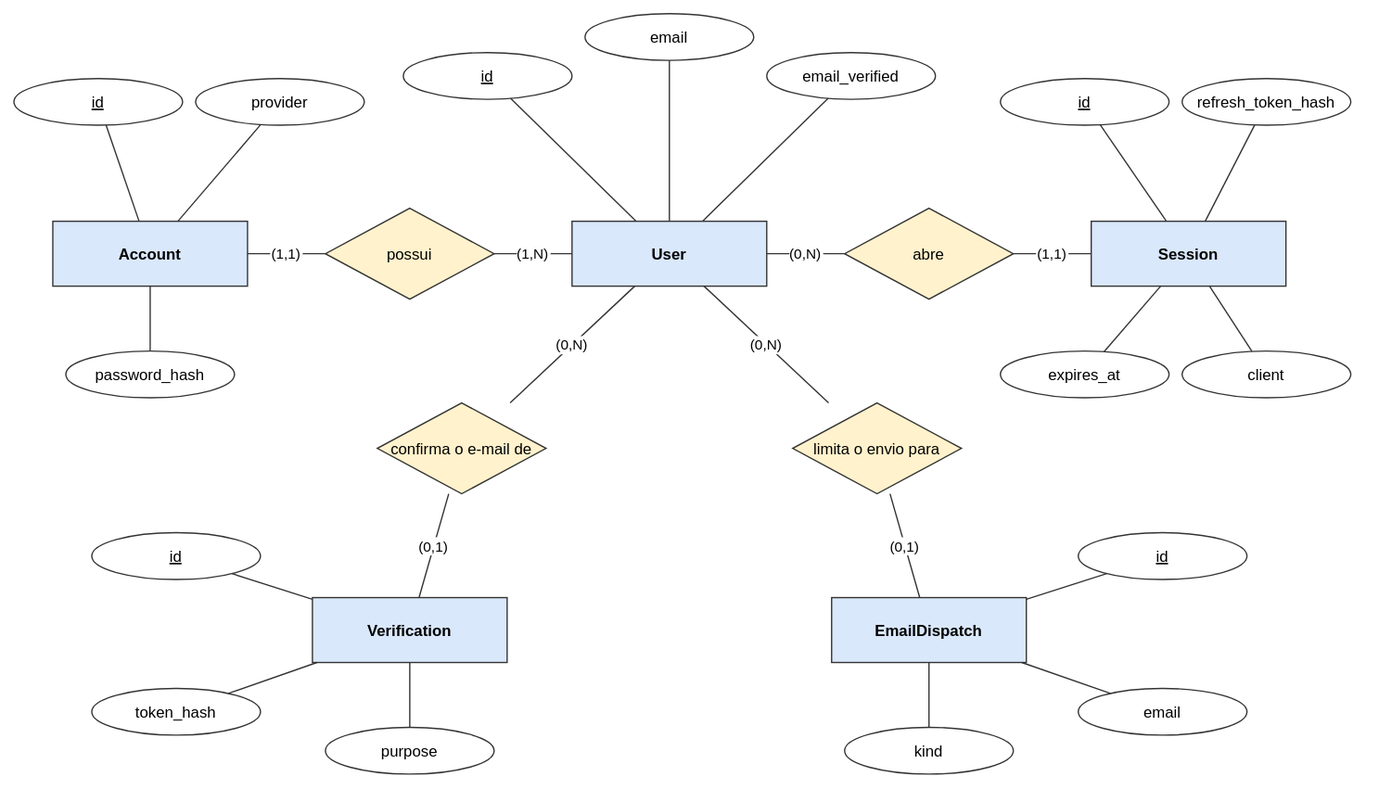
The draw.io diagram docs/data-model/diagrams/conceptual.drawio.svg in TheoOdawara/clinicore, before a commit. Source tidied: cells renumbered, new cells last; positions are measured from the earlier drawing's top-left corner, leaving out a move shared by most shapes. The source it was exported from:
```xml
<mxGraphModel background="#ffffff">
  <root>
    <mxCell id="0" />
    <mxCell id="1" parent="0" />
    <mxCell id="2" value="User" style="html=0;fontSize=12;strokeColor=#333333;fontColor=#000000;rounded=0;fillColor=#dae8fc;fontStyle=1;" parent="1" vertex="1">
      <mxGeometry x="430" y="160" width="150" height="50" as="geometry" />
    </mxCell>
    <mxCell id="3" value="Account" style="html=0;fontSize=12;strokeColor=#333333;fontColor=#000000;rounded=0;fillColor=#dae8fc;fontStyle=1;" parent="1" vertex="1">
      <mxGeometry x="30" y="160" width="150" height="50" as="geometry" />
    </mxCell>
    <mxCell id="4" value="Session" style="html=0;fontSize=12;strokeColor=#333333;fontColor=#000000;rounded=0;fillColor=#dae8fc;fontStyle=1;" parent="1" vertex="1">
      <mxGeometry x="830" y="160" width="150" height="50" as="geometry" />
    </mxCell>
    <mxCell id="5" value="Verification" style="html=0;fontSize=12;strokeColor=#333333;fontColor=#000000;rounded=0;fillColor=#dae8fc;fontStyle=1;" parent="1" vertex="1">
      <mxGeometry x="230" y="450" width="150" height="50" as="geometry" />
    </mxCell>
    <mxCell id="6" value="EmailDispatch" style="html=0;fontSize=12;strokeColor=#333333;fontColor=#000000;rounded=0;fillColor=#dae8fc;fontStyle=1;" parent="1" vertex="1">
      <mxGeometry x="630" y="450" width="150" height="50" as="geometry" />
    </mxCell>
    <mxCell id="7" value="possui" style="html=0;fontSize=12;strokeColor=#333333;fontColor=#000000;shape=rhombus;fillColor=#fff2cc;" parent="1" vertex="1">
      <mxGeometry x="240" y="150" width="130" height="70" as="geometry" />
    </mxCell>
    <mxCell id="8" value="abre" style="html=0;fontSize=12;strokeColor=#333333;fontColor=#000000;shape=rhombus;fillColor=#fff2cc;" parent="1" vertex="1">
      <mxGeometry x="640" y="150" width="130" height="70" as="geometry" />
    </mxCell>
    <mxCell id="9" value="confirma o e-mail de" style="html=0;fontSize=12;strokeColor=#333333;fontColor=#000000;shape=rhombus;fillColor=#fff2cc;" parent="1" vertex="1">
      <mxGeometry x="280" y="300" width="130" height="70" as="geometry" />
    </mxCell>
    <mxCell id="10" value="limita o envio para" style="html=0;fontSize=12;strokeColor=#333333;fontColor=#000000;shape=rhombus;fillColor=#fff2cc;" parent="1" vertex="1">
      <mxGeometry x="600" y="300" width="130" height="70" as="geometry" />
    </mxCell>
    <mxCell id="11" value="(1,N)" style="html=0;endArrow=none;strokeColor=#333333;fontSize=11;labelBackgroundColor=#ffffff;" parent="1" edge="1" source="2" target="7">
      <mxGeometry relative="1" as="geometry" />
    </mxCell>
    <mxCell id="12" value="(1,1)" style="html=0;endArrow=none;strokeColor=#333333;fontSize=11;labelBackgroundColor=#ffffff;" parent="1" edge="1" source="7" target="3">
      <mxGeometry relative="1" as="geometry" />
    </mxCell>
    <mxCell id="13" value="(0,N)" style="html=0;endArrow=none;strokeColor=#333333;fontSize=11;labelBackgroundColor=#ffffff;" parent="1" edge="1" source="2" target="8">
      <mxGeometry relative="1" as="geometry" />
    </mxCell>
    <mxCell id="14" value="(1,1)" style="html=0;endArrow=none;strokeColor=#333333;fontSize=11;labelBackgroundColor=#ffffff;" parent="1" edge="1" source="8" target="4">
      <mxGeometry relative="1" as="geometry" />
    </mxCell>
    <mxCell id="15" value="(0,N)" style="html=0;endArrow=none;strokeColor=#333333;fontSize=11;labelBackgroundColor=#ffffff;" parent="1" edge="1" source="2" target="9">
      <mxGeometry relative="1" as="geometry" />
    </mxCell>
    <mxCell id="16" value="(0,1)" style="html=0;endArrow=none;strokeColor=#333333;fontSize=11;labelBackgroundColor=#ffffff;" parent="1" edge="1" source="9" target="5">
      <mxGeometry relative="1" as="geometry" />
    </mxCell>
    <mxCell id="17" value="(0,N)" style="html=0;endArrow=none;strokeColor=#333333;fontSize=11;labelBackgroundColor=#ffffff;" parent="1" edge="1" source="2" target="10">
      <mxGeometry relative="1" as="geometry" />
    </mxCell>
    <mxCell id="18" value="(0,1)" style="html=0;endArrow=none;strokeColor=#333333;fontSize=11;labelBackgroundColor=#ffffff;" parent="1" edge="1" source="10" target="6">
      <mxGeometry relative="1" as="geometry" />
    </mxCell>
    <mxCell id="19" value="id" style="html=0;fontSize=12;strokeColor=#333333;fontColor=#000000;ellipse;fillColor=#ffffff;fontStyle=4;" parent="1" vertex="1">
      <mxGeometry x="300" y="30" width="130" height="36" as="geometry" />
    </mxCell>
    <mxCell id="20" style="html=0;endArrow=none;strokeColor=#333333;fontSize=11;labelBackgroundColor=#ffffff;" parent="1" edge="1" source="19" target="2">
      <mxGeometry relative="1" as="geometry" />
    </mxCell>
    <mxCell id="21" value="email" style="html=0;fontSize=12;strokeColor=#333333;fontColor=#000000;ellipse;fillColor=#ffffff;" parent="1" vertex="1">
      <mxGeometry x="440" width="130" height="36" as="geometry" />
    </mxCell>
    <mxCell id="22" style="html=0;endArrow=none;strokeColor=#333333;fontSize=11;labelBackgroundColor=#ffffff;" parent="1" edge="1" source="21" target="2">
      <mxGeometry relative="1" as="geometry" />
    </mxCell>
    <mxCell id="23" value="email_verified" style="html=0;fontSize=12;strokeColor=#333333;fontColor=#000000;ellipse;fillColor=#ffffff;" parent="1" vertex="1">
      <mxGeometry x="580" y="30" width="130" height="36" as="geometry" />
    </mxCell>
    <mxCell id="24" style="html=0;endArrow=none;strokeColor=#333333;fontSize=11;labelBackgroundColor=#ffffff;" parent="1" edge="1" source="23" target="2">
      <mxGeometry relative="1" as="geometry" />
    </mxCell>
    <mxCell id="25" value="id" style="html=0;fontSize=12;strokeColor=#333333;fontColor=#000000;ellipse;fillColor=#ffffff;fontStyle=4;" parent="1" vertex="1">
      <mxGeometry y="50" width="130" height="36" as="geometry" />
    </mxCell>
    <mxCell id="26" style="html=0;endArrow=none;strokeColor=#333333;fontSize=11;labelBackgroundColor=#ffffff;" parent="1" edge="1" source="25" target="3">
      <mxGeometry relative="1" as="geometry" />
    </mxCell>
    <mxCell id="27" value="provider" style="html=0;fontSize=12;strokeColor=#333333;fontColor=#000000;ellipse;fillColor=#ffffff;" parent="1" vertex="1">
      <mxGeometry x="140" y="50" width="130" height="36" as="geometry" />
    </mxCell>
    <mxCell id="28" style="html=0;endArrow=none;strokeColor=#333333;fontSize=11;labelBackgroundColor=#ffffff;" parent="1" edge="1" source="27" target="3">
      <mxGeometry relative="1" as="geometry" />
    </mxCell>
    <mxCell id="29" value="password_hash" style="html=0;fontSize=12;strokeColor=#333333;fontColor=#000000;ellipse;fillColor=#ffffff;" parent="1" vertex="1">
      <mxGeometry x="40" y="260" width="130" height="36" as="geometry" />
    </mxCell>
    <mxCell id="30" style="html=0;endArrow=none;strokeColor=#333333;fontSize=11;labelBackgroundColor=#ffffff;" parent="1" edge="1" source="29" target="3">
      <mxGeometry relative="1" as="geometry" />
    </mxCell>
    <mxCell id="31" value="id" style="html=0;fontSize=12;strokeColor=#333333;fontColor=#000000;ellipse;fillColor=#ffffff;fontStyle=4;" parent="1" vertex="1">
      <mxGeometry x="760" y="50" width="130" height="36" as="geometry" />
    </mxCell>
    <mxCell id="32" style="html=0;endArrow=none;strokeColor=#333333;fontSize=11;labelBackgroundColor=#ffffff;" parent="1" edge="1" source="31" target="4">
      <mxGeometry relative="1" as="geometry" />
    </mxCell>
    <mxCell id="33" value="refresh_token_hash" style="html=0;fontSize=12;strokeColor=#333333;fontColor=#000000;ellipse;fillColor=#ffffff;" parent="1" vertex="1">
      <mxGeometry x="900" y="50" width="130" height="36" as="geometry" />
    </mxCell>
    <mxCell id="34" style="html=0;endArrow=none;strokeColor=#333333;fontSize=11;labelBackgroundColor=#ffffff;" parent="1" edge="1" source="33" target="4">
      <mxGeometry relative="1" as="geometry" />
    </mxCell>
    <mxCell id="35" value="expires_at" style="html=0;fontSize=12;strokeColor=#333333;fontColor=#000000;ellipse;fillColor=#ffffff;" parent="1" vertex="1">
      <mxGeometry x="760" y="260" width="130" height="36" as="geometry" />
    </mxCell>
    <mxCell id="36" style="html=0;endArrow=none;strokeColor=#333333;fontSize=11;labelBackgroundColor=#ffffff;" parent="1" edge="1" source="35" target="4">
      <mxGeometry relative="1" as="geometry" />
    </mxCell>
    <mxCell id="37" value="client" style="html=0;fontSize=12;strokeColor=#333333;fontColor=#000000;ellipse;fillColor=#ffffff;" parent="1" vertex="1">
      <mxGeometry x="900" y="260" width="130" height="36" as="geometry" />
    </mxCell>
    <mxCell id="38" style="html=0;endArrow=none;strokeColor=#333333;fontSize=11;labelBackgroundColor=#ffffff;" parent="1" edge="1" source="37" target="4">
      <mxGeometry relative="1" as="geometry" />
    </mxCell>
    <mxCell id="39" value="id" style="html=0;fontSize=12;strokeColor=#333333;fontColor=#000000;ellipse;fillColor=#ffffff;fontStyle=4;" parent="1" vertex="1">
      <mxGeometry x="60" y="400" width="130" height="36" as="geometry" />
    </mxCell>
    <mxCell id="40" style="html=0;endArrow=none;strokeColor=#333333;fontSize=11;labelBackgroundColor=#ffffff;" parent="1" edge="1" source="39" target="5">
      <mxGeometry relative="1" as="geometry" />
    </mxCell>
    <mxCell id="41" value="token_hash" style="html=0;fontSize=12;strokeColor=#333333;fontColor=#000000;ellipse;fillColor=#ffffff;" parent="1" vertex="1">
      <mxGeometry x="60" y="520" width="130" height="36" as="geometry" />
    </mxCell>
    <mxCell id="42" style="html=0;endArrow=none;strokeColor=#333333;fontSize=11;labelBackgroundColor=#ffffff;" parent="1" edge="1" source="41" target="5">
      <mxGeometry relative="1" as="geometry" />
    </mxCell>
    <mxCell id="43" value="purpose" style="html=0;fontSize=12;strokeColor=#333333;fontColor=#000000;ellipse;fillColor=#ffffff;" parent="1" vertex="1">
      <mxGeometry x="240" y="550" width="130" height="36" as="geometry" />
    </mxCell>
    <mxCell id="44" style="html=0;endArrow=none;strokeColor=#333333;fontSize=11;labelBackgroundColor=#ffffff;" parent="1" edge="1" source="43" target="5">
      <mxGeometry relative="1" as="geometry" />
    </mxCell>
    <mxCell id="45" value="id" style="html=0;fontSize=12;strokeColor=#333333;fontColor=#000000;ellipse;fillColor=#ffffff;fontStyle=4;" parent="1" vertex="1">
      <mxGeometry x="820" y="400" width="130" height="36" as="geometry" />
    </mxCell>
    <mxCell id="46" style="html=0;endArrow=none;strokeColor=#333333;fontSize=11;labelBackgroundColor=#ffffff;" parent="1" edge="1" source="45" target="6">
      <mxGeometry relative="1" as="geometry" />
    </mxCell>
    <mxCell id="47" value="email" style="html=0;fontSize=12;strokeColor=#333333;fontColor=#000000;ellipse;fillColor=#ffffff;" parent="1" vertex="1">
      <mxGeometry x="820" y="520" width="130" height="36" as="geometry" />
    </mxCell>
    <mxCell id="48" style="html=0;endArrow=none;strokeColor=#333333;fontSize=11;labelBackgroundColor=#ffffff;" parent="1" edge="1" source="47" target="6">
      <mxGeometry relative="1" as="geometry" />
    </mxCell>
    <mxCell id="49" value="kind" style="html=0;fontSize=12;strokeColor=#333333;fontColor=#000000;ellipse;fillColor=#ffffff;" parent="1" vertex="1">
      <mxGeometry x="640" y="550" width="130" height="36" as="geometry" />
    </mxCell>
    <mxCell id="50" style="html=0;endArrow=none;strokeColor=#333333;fontSize=11;labelBackgroundColor=#ffffff;" parent="1" edge="1" source="49" target="6">
      <mxGeometry relative="1" as="geometry" />
    </mxCell>
  </root>
</mxGraphModel>
```
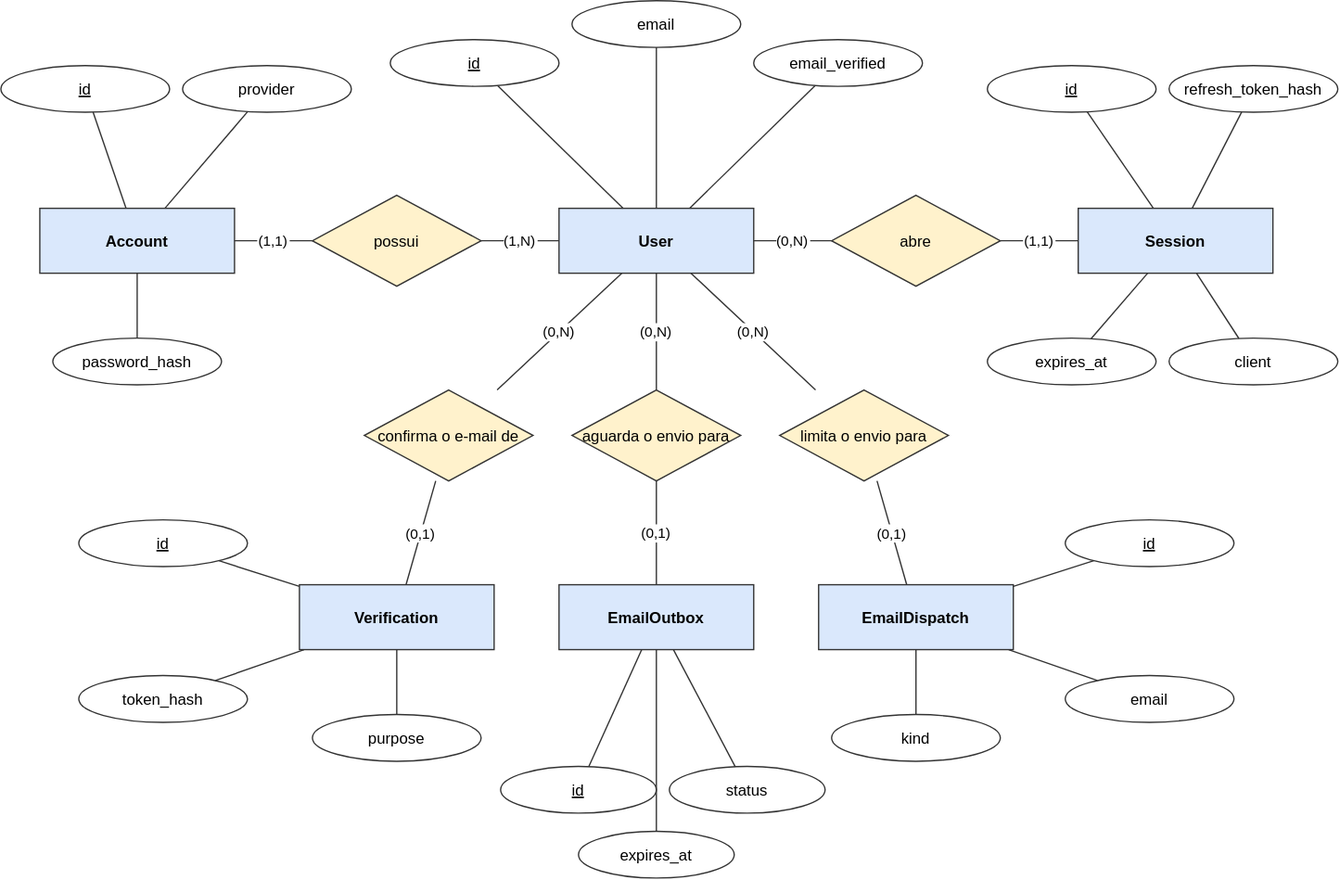
The same diagram one commit later.

Change to the diagram source:
```diff
@@ -149,5 +149,35 @@
     <mxCell id="50" style="html=0;endArrow=none;strokeColor=#333333;fontSize=11;labelBackgroundColor=#ffffff;" parent="1" edge="1" source="49" target="6">
       <mxGeometry relative="1" as="geometry" />
     </mxCell>
+    <mxCell id="51" value="EmailOutbox" style="html=0;fontSize=12;strokeColor=#333333;fontColor=#000000;rounded=0;fillColor=#dae8fc;fontStyle=1;" parent="1" vertex="1">
+      <mxGeometry x="430" y="450" width="150" height="50" as="geometry" />
+    </mxCell>
+    <mxCell id="52" value="aguarda o envio para" style="html=0;fontSize=12;strokeColor=#333333;fontColor=#000000;shape=rhombus;fillColor=#fff2cc;" parent="1" vertex="1">
+      <mxGeometry x="440" y="300" width="130" height="70" as="geometry" />
+    </mxCell>
+    <mxCell id="53" value="(0,N)" style="html=0;endArrow=none;strokeColor=#333333;fontSize=11;labelBackgroundColor=#ffffff;" parent="1" edge="1" source="2" target="52">
+      <mxGeometry relative="1" as="geometry" />
+    </mxCell>
+    <mxCell id="54" value="(0,1)" style="html=0;endArrow=none;strokeColor=#333333;fontSize=11;labelBackgroundColor=#ffffff;" parent="1" edge="1" source="52" target="51">
+      <mxGeometry relative="1" as="geometry" />
+    </mxCell>
+    <mxCell id="55" value="id" style="html=0;fontSize=12;strokeColor=#333333;fontColor=#000000;ellipse;fillColor=#ffffff;fontStyle=4;" parent="1" vertex="1">
+      <mxGeometry x="385" y="590" width="120" height="36" as="geometry" />
+    </mxCell>
+    <mxCell id="56" style="html=0;endArrow=none;strokeColor=#333333;fontSize=11;labelBackgroundColor=#ffffff;" parent="1" edge="1" source="55" target="51">
+      <mxGeometry relative="1" as="geometry" />
+    </mxCell>
+    <mxCell id="57" value="status" style="html=0;fontSize=12;strokeColor=#333333;fontColor=#000000;ellipse;fillColor=#ffffff;" parent="1" vertex="1">
+      <mxGeometry x="515" y="590" width="120" height="36" as="geometry" />
+    </mxCell>
+    <mxCell id="58" style="html=0;endArrow=none;strokeColor=#333333;fontSize=11;labelBackgroundColor=#ffffff;" parent="1" edge="1" source="57" target="51">
+      <mxGeometry relative="1" as="geometry" />
+    </mxCell>
+    <mxCell id="59" value="expires_at" style="html=0;fontSize=12;strokeColor=#333333;fontColor=#000000;ellipse;fillColor=#ffffff;" parent="1" vertex="1">
+      <mxGeometry x="445" y="640" width="120" height="36" as="geometry" />
+    </mxCell>
+    <mxCell id="60" style="html=0;endArrow=none;strokeColor=#333333;fontSize=11;labelBackgroundColor=#ffffff;" parent="1" edge="1" source="59" target="51">
+      <mxGeometry relative="1" as="geometry" />
+    </mxCell>
   </root>
 </mxGraphModel>
```
